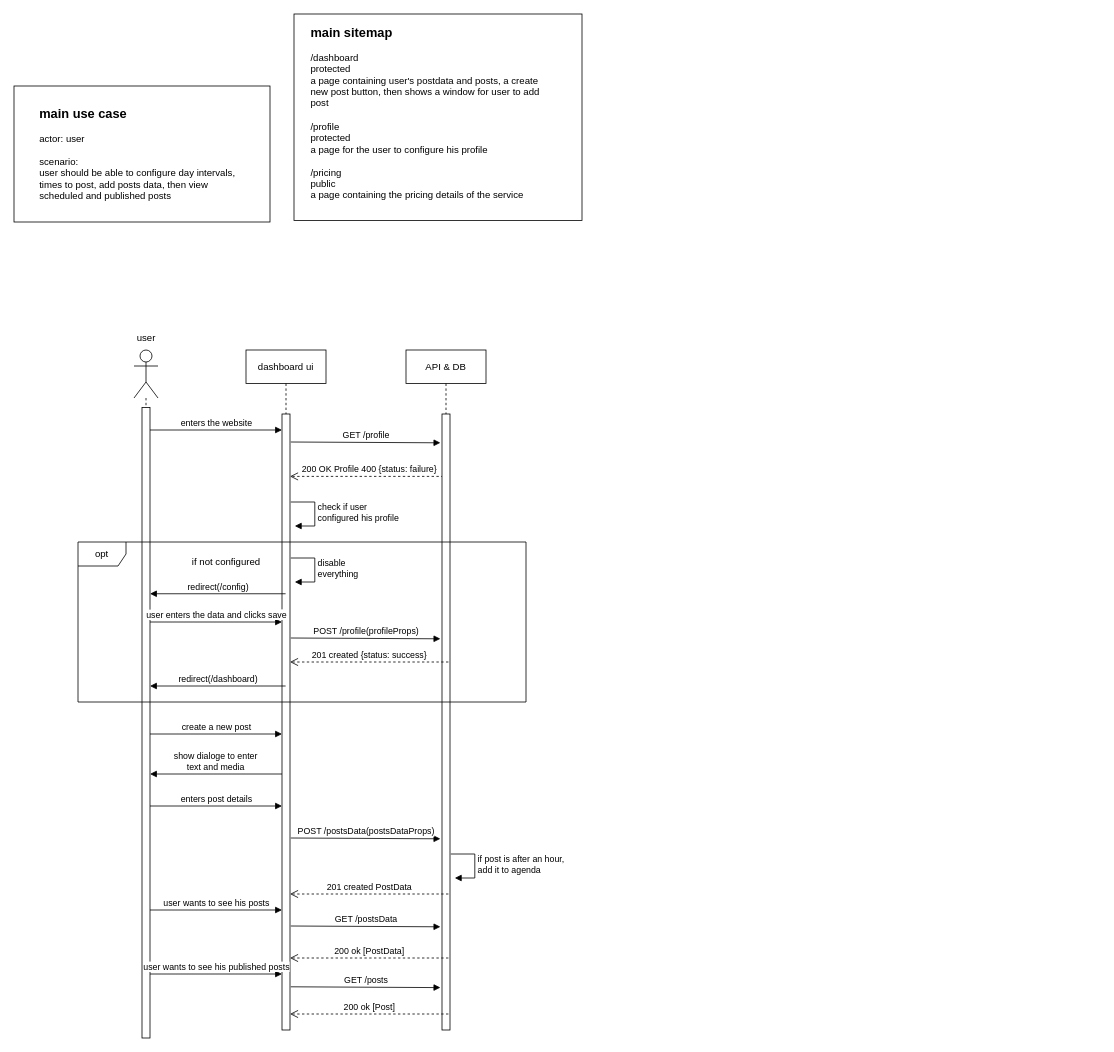
ahmed-elbehairy7/pamylka-system-design keeps this draw.io diagram as page "main" (2 of 4) of auto-post.drawio. Above is the earlier version. Source tidied: cells renumbered, new cells numbered last; positions are measured from the earlier drawing's top-left corner, leaving out a move shared by most shapes. Both pictures are drawn from the tidied source at 80%, with x=0, y=0 at pixel (14, 14).
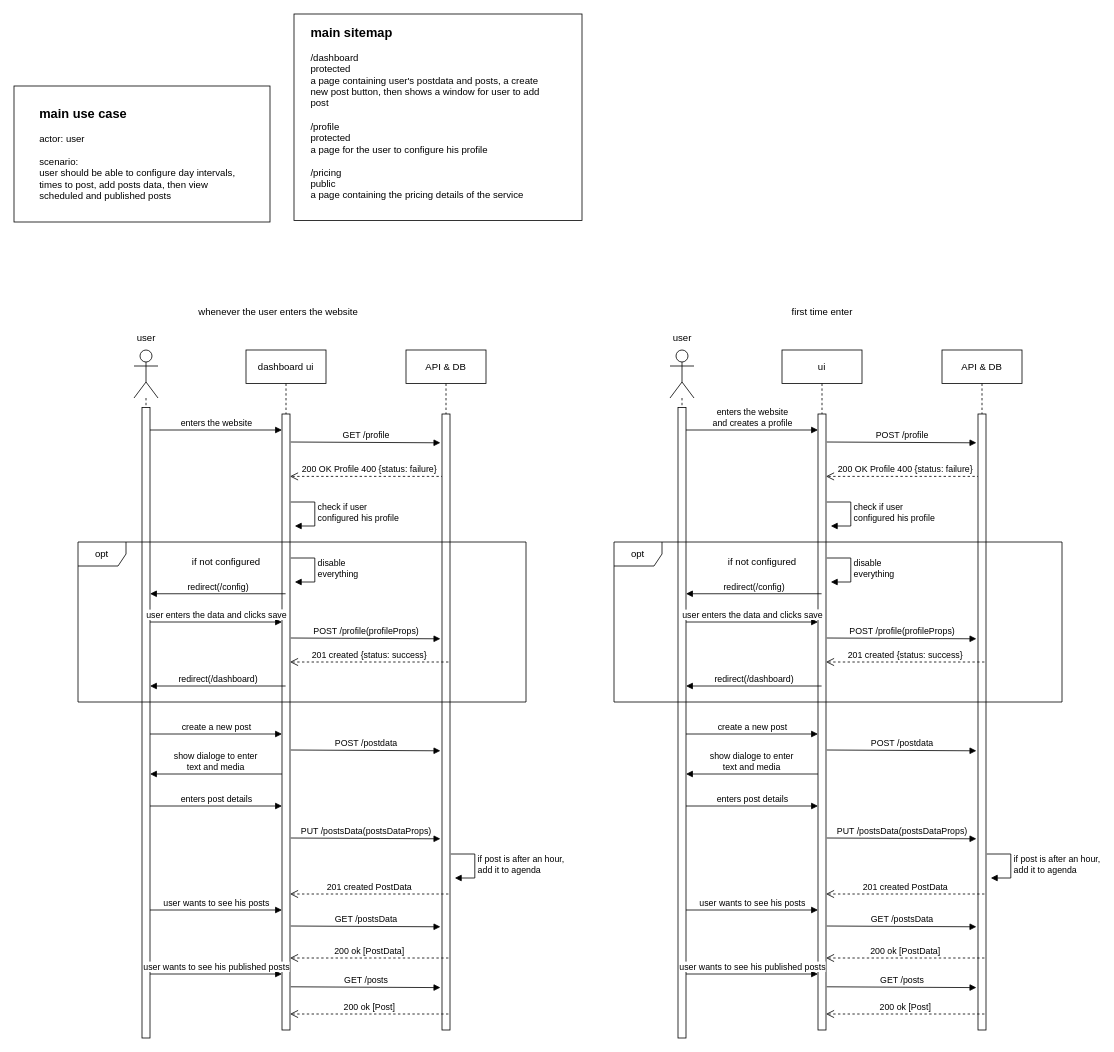
The same diagram, later.

The edit, as a diff of the source:
```diff
@@
-    <mxCell id="27" value="POST /postsData(postsDataProps)" style="html=1;verticalAlign=bottom;endArrow=block;curved=0;rounded=0;" parent="1" edge="1">
+    <mxCell id="27" value="PUT /postsData(postsDataProps)" style="html=1;verticalAlign=bottom;endArrow=block;curved=0;rounded=0;" parent="1" edge="1">
       <mxGeometry relative="1" as="geometry">
         <mxPoint x="346" y="1030" as="sourcePoint" />
         <mxPoint x="533" y="1031" as="targetPoint" />
       </mxGeometry>
     </mxCell>
@@
+    <mxCell id="39" value="POST /postdata" style="html=1;verticalAlign=bottom;endArrow=block;curved=0;rounded=0;" parent="1" edge="1">
+      <mxGeometry relative="1" as="geometry">
+        <mxPoint x="346" y="920" as="sourcePoint" />
+        <mxPoint x="533" y="921" as="targetPoint" />
+      </mxGeometry>
+    </mxCell>
+    <mxCell id="40" style="shape=umlLifeline;perimeter=lifelinePerimeter;whiteSpace=wrap;html=1;newEdgeStyle={&quot;curved&quot;:0,&quot;rounded&quot;:0};participant=umlActor;size=60;" parent="1" vertex="1">
+      <mxGeometry x="820" y="420" width="30" height="860" as="geometry" />
+    </mxCell>
+    <mxCell id="41" style="html=1;perimeter=orthogonalPerimeter;targetShapes=umlLifeline;newEdgeStyle={&quot;curved&quot;:0,&quot;rounded&quot;:0};" parent="40" vertex="1">
+      <mxGeometry x="10" y="72" width="10" height="788" as="geometry" />
+    </mxCell>
+    <mxCell id="42" value="user" style="text;html=1;align=center;verticalAlign=middle;strokeColor=none;fillColor=none;" parent="1" vertex="1">
+      <mxGeometry x="810" y="390" width="50" height="30" as="geometry" />
+    </mxCell>
+    <mxCell id="43" value="ui" style="shape=umlLifeline;perimeter=lifelinePerimeter;whiteSpace=wrap;html=1;newEdgeStyle={&quot;curved&quot;:0,&quot;rounded&quot;:0};size=42;" parent="1" vertex="1">
+      <mxGeometry x="960" y="420" width="100" height="850" as="geometry" />
+    </mxCell>
+    <mxCell id="44" style="html=1;perimeter=orthogonalPerimeter;targetShapes=umlLifeline;newEdgeStyle={&quot;curved&quot;:0,&quot;rounded&quot;:0};" parent="43" vertex="1">
+      <mxGeometry x="45" y="80" width="10" height="770" as="geometry" />
+    </mxCell>
+    <mxCell id="45" value="create a new post" style="html=1;verticalAlign=bottom;endArrow=block;curved=0;rounded=0;" parent="1" edge="1">
+      <mxGeometry relative="1" as="geometry">
+        <mxPoint x="840" y="900" as="sourcePoint" />
+        <mxPoint x="1005" y="900" as="targetPoint" />
+      </mxGeometry>
+    </mxCell>
+    <mxCell id="46" value="check if user&amp;nbsp;&lt;div&gt;configured his profile&lt;/div&gt;" style="html=1;align=left;spacingLeft=2;endArrow=block;rounded=0;edgeStyle=orthogonalEdgeStyle;curved=0;rounded=0;" parent="1" edge="1">
+      <mxGeometry relative="1" as="geometry">
+        <mxPoint x="1016" y="610" as="sourcePoint" />
+        <mxPoint x="1021" y="640" as="targetPoint" />
+        <Array as="points">
+          <mxPoint x="1046" y="640" />
+        </Array>
+      </mxGeometry>
+    </mxCell>
+    <mxCell id="47" value="200 OK Profile 400 {status: failure}" style="html=1;verticalAlign=bottom;endArrow=open;dashed=1;endSize=8;curved=0;rounded=0;" parent="1" edge="1">
+      <mxGeometry relative="1" as="geometry">
+        <mxPoint x="1213" y="578" as="sourcePoint" />
+        <mxPoint x="1015" y="578" as="targetPoint" />
+      </mxGeometry>
+    </mxCell>
+    <mxCell id="48" value="show dialoge to enter&lt;div&gt;text and media&lt;/div&gt;" style="html=1;verticalAlign=bottom;endArrow=block;curved=0;rounded=0;" parent="1" edge="1">
+      <mxGeometry relative="1" as="geometry">
+        <mxPoint x="1005" y="950" as="sourcePoint" />
+        <mxPoint x="840" y="950" as="targetPoint" />
+      </mxGeometry>
+    </mxCell>
+    <mxCell id="49" value="API &amp;amp; DB" style="shape=umlLifeline;perimeter=lifelinePerimeter;whiteSpace=wrap;html=1;newEdgeStyle={&quot;curved&quot;:0,&quot;rounded&quot;:0};size=42;" parent="1" vertex="1">
+      <mxGeometry x="1160" y="420" width="100" height="850" as="geometry" />
+    </mxCell>
+    <mxCell id="50" style="html=1;perimeter=orthogonalPerimeter;targetShapes=umlLifeline;newEdgeStyle={&quot;curved&quot;:0,&quot;rounded&quot;:0};" parent="49" vertex="1">
+      <mxGeometry x="45" y="80" width="10" height="770" as="geometry" />
+    </mxCell>
+    <mxCell id="51" value="enters the website&lt;div&gt;and creates a profile&lt;/div&gt;" style="html=1;verticalAlign=bottom;endArrow=block;curved=0;rounded=0;" parent="1" edge="1">
+      <mxGeometry relative="1" as="geometry">
+        <mxPoint x="840" y="520" as="sourcePoint" />
+        <mxPoint x="1005" y="520" as="targetPoint" />
+      </mxGeometry>
+    </mxCell>
+    <mxCell id="52" value="opt" style="shape=umlFrame;whiteSpace=wrap;html=1;" parent="1" vertex="1">
+      <mxGeometry x="750" y="660" width="560" height="200" as="geometry" />
+    </mxCell>
+    <mxCell id="53" value="if not configured" style="text;html=1;align=center;verticalAlign=middle;strokeColor=none;fillColor=none;" parent="1" vertex="1">
+      <mxGeometry x="880" y="670" width="110" height="30" as="geometry" />
+    </mxCell>
+    <mxCell id="54" value="redirect(/config)" style="html=1;verticalAlign=bottom;endArrow=block;curved=0;rounded=0;" parent="1" edge="1">
+      <mxGeometry relative="1" as="geometry">
+        <mxPoint x="1009.5" y="724.7" as="sourcePoint" />
+        <mxPoint x="840" y="724.7" as="targetPoint" />
+      </mxGeometry>
+    </mxCell>
+    <mxCell id="55" value="user enters the data and&amp;nbsp;&lt;span style=&quot;background-color: light-dark(#ffffff, var(--ge-dark-color, #121212)); color: light-dark(rgb(0, 0, 0), rgb(255, 255, 255));&quot;&gt;clicks save&lt;/span&gt;" style="html=1;verticalAlign=bottom;endArrow=block;curved=0;rounded=0;" parent="1" edge="1">
+      <mxGeometry relative="1" as="geometry">
+        <mxPoint x="840" y="760" as="sourcePoint" />
+        <mxPoint x="1005" y="760" as="targetPoint" />
+      </mxGeometry>
+    </mxCell>
+    <mxCell id="56" value="POST /profile" style="html=1;verticalAlign=bottom;endArrow=block;curved=0;rounded=0;" parent="1" edge="1">
+      <mxGeometry relative="1" as="geometry">
+        <mxPoint x="1016" y="535" as="sourcePoint" />
+        <mxPoint x="1203" y="536" as="targetPoint" />
+      </mxGeometry>
+    </mxCell>
+    <mxCell id="57" value="POST /profile(profileProps)" style="html=1;verticalAlign=bottom;endArrow=block;curved=0;rounded=0;" parent="1" edge="1">
+      <mxGeometry relative="1" as="geometry">
+        <mxPoint x="1016" y="780" as="sourcePoint" />
+        <mxPoint x="1203" y="781" as="targetPoint" />
+      </mxGeometry>
+    </mxCell>
+    <mxCell id="58" value="201 created {status: success}" style="html=1;verticalAlign=bottom;endArrow=open;dashed=1;endSize=8;curved=0;rounded=0;" parent="1" edge="1">
+      <mxGeometry relative="1" as="geometry">
+        <mxPoint x="1213" y="810" as="sourcePoint" />
+        <mxPoint x="1015" y="810" as="targetPoint" />
+      </mxGeometry>
+    </mxCell>
+    <mxCell id="59" value="disable&amp;nbsp;&lt;div&gt;everything&lt;/div&gt;" style="html=1;align=left;spacingLeft=2;endArrow=block;rounded=0;edgeStyle=orthogonalEdgeStyle;curved=0;rounded=0;" parent="1" edge="1">
+      <mxGeometry relative="1" as="geometry">
+        <mxPoint x="1016" y="680" as="sourcePoint" />
+        <mxPoint x="1021" y="710" as="targetPoint" />
+        <Array as="points">
+          <mxPoint x="1046" y="710" />
+        </Array>
+      </mxGeometry>
+    </mxCell>
+    <mxCell id="60" value="redirect(/dashboard)" style="html=1;verticalAlign=bottom;endArrow=block;curved=0;rounded=0;" parent="1" edge="1">
+      <mxGeometry relative="1" as="geometry">
+        <mxPoint x="1009.5" y="840" as="sourcePoint" />
+        <mxPoint x="840" y="840" as="targetPoint" />
+      </mxGeometry>
+    </mxCell>
+    <mxCell id="61" value="enters post details" style="html=1;verticalAlign=bottom;endArrow=block;curved=0;rounded=0;" parent="1" edge="1">
+      <mxGeometry relative="1" as="geometry">
+        <mxPoint x="840" y="990" as="sourcePoint" />
+        <mxPoint x="1005" y="990" as="targetPoint" />
+      </mxGeometry>
+    </mxCell>
+    <mxCell id="62" value="PUT /postsData(postsDataProps)" style="html=1;verticalAlign=bottom;endArrow=block;curved=0;rounded=0;" parent="1" edge="1">
+      <mxGeometry relative="1" as="geometry">
+        <mxPoint x="1016" y="1030" as="sourcePoint" />
+        <mxPoint x="1203" y="1031" as="targetPoint" />
+      </mxGeometry>
+    </mxCell>
+    <mxCell id="63" value="201 created PostData" style="html=1;verticalAlign=bottom;endArrow=open;dashed=1;endSize=8;curved=0;rounded=0;" parent="1" edge="1">
+      <mxGeometry relative="1" as="geometry">
+        <mxPoint x="1213" y="1100" as="sourcePoint" />
+        <mxPoint x="1015" y="1100" as="targetPoint" />
+      </mxGeometry>
+    </mxCell>
+    <mxCell id="64" value="if post is after an hour,&lt;div&gt;add it to agenda&lt;/div&gt;" style="html=1;align=left;spacingLeft=2;endArrow=block;rounded=0;edgeStyle=orthogonalEdgeStyle;curved=0;rounded=0;" parent="1" edge="1">
+      <mxGeometry relative="1" as="geometry">
+        <mxPoint x="1216" y="1050" as="sourcePoint" />
+        <mxPoint x="1221" y="1080" as="targetPoint" />
+        <Array as="points">
+          <mxPoint x="1246" y="1080" />
+        </Array>
+      </mxGeometry>
+    </mxCell>
+    <mxCell id="65" value="GET /postsData" style="html=1;verticalAlign=bottom;endArrow=block;curved=0;rounded=0;" parent="1" edge="1">
+      <mxGeometry relative="1" as="geometry">
+        <mxPoint x="1016" y="1140" as="sourcePoint" />
+        <mxPoint x="1203" y="1141" as="targetPoint" />
+      </mxGeometry>
+    </mxCell>
+    <mxCell id="66" value="200 ok [PostData]" style="html=1;verticalAlign=bottom;endArrow=open;dashed=1;endSize=8;curved=0;rounded=0;" parent="1" edge="1">
+      <mxGeometry relative="1" as="geometry">
+        <mxPoint x="1213" y="1180" as="sourcePoint" />
+        <mxPoint x="1015" y="1180" as="targetPoint" />
+      </mxGeometry>
+    </mxCell>
+    <mxCell id="67" value="GET /posts" style="html=1;verticalAlign=bottom;endArrow=block;curved=0;rounded=0;" parent="1" edge="1">
+      <mxGeometry relative="1" as="geometry">
+        <mxPoint x="1016" y="1216" as="sourcePoint" />
+        <mxPoint x="1203" y="1217" as="targetPoint" />
+      </mxGeometry>
+    </mxCell>
+    <mxCell id="68" value="200 ok [Post]" style="html=1;verticalAlign=bottom;endArrow=open;dashed=1;endSize=8;curved=0;rounded=0;" parent="1" edge="1">
+      <mxGeometry relative="1" as="geometry">
+        <mxPoint x="1213" y="1250" as="sourcePoint" />
+        <mxPoint x="1015" y="1250" as="targetPoint" />
+      </mxGeometry>
+    </mxCell>
+    <mxCell id="69" value="user wants to see his posts" style="html=1;verticalAlign=bottom;endArrow=block;curved=0;rounded=0;" parent="1" edge="1">
+      <mxGeometry relative="1" as="geometry">
+        <mxPoint x="840" y="1120" as="sourcePoint" />
+        <mxPoint x="1005" y="1120" as="targetPoint" />
+      </mxGeometry>
+    </mxCell>
+    <mxCell id="70" value="user wants to see his published posts" style="html=1;verticalAlign=bottom;endArrow=block;curved=0;rounded=0;" parent="1" edge="1">
+      <mxGeometry relative="1" as="geometry">
+        <mxPoint x="840" y="1200" as="sourcePoint" />
+        <mxPoint x="1005" y="1200" as="targetPoint" />
+      </mxGeometry>
+    </mxCell>
+    <mxCell id="71" value="POST /postdata" style="html=1;verticalAlign=bottom;endArrow=block;curved=0;rounded=0;" parent="1" edge="1">
+      <mxGeometry relative="1" as="geometry">
+        <mxPoint x="1016" y="920" as="sourcePoint" />
+        <mxPoint x="1203" y="921" as="targetPoint" />
+      </mxGeometry>
+    </mxCell>
+    <mxCell id="72" value="whenever the user enters the website" style="text;html=1;align=center;verticalAlign=middle;strokeColor=none;fillColor=none;" parent="1" vertex="1">
+      <mxGeometry x="220" y="358" width="220" height="30" as="geometry" />
+    </mxCell>
+    <mxCell id="73" value="first time enter" style="text;html=1;align=center;verticalAlign=middle;strokeColor=none;fillColor=none;" parent="1" vertex="1">
+      <mxGeometry x="960" y="358" width="100" height="30" as="geometry" />
+    </mxCell>
```
